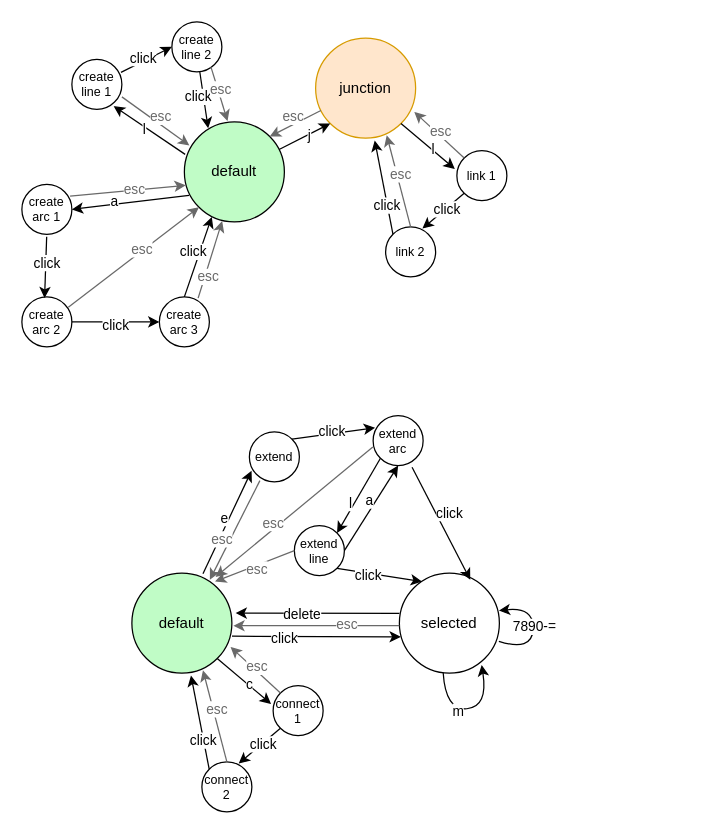
This is state_diagrams.drawio from sunminni/libOpenDRIVE-Mapmaker, a draw.io file, before an edit. Source tidied: cells renumbered, new cells numbered last; positions are measured from the earlier drawing's top-left corner, leaving out a move shared by most shapes. Both pictures are drawn from the tidied source at 125%, with x=0, y=0 at pixel (21, 21).
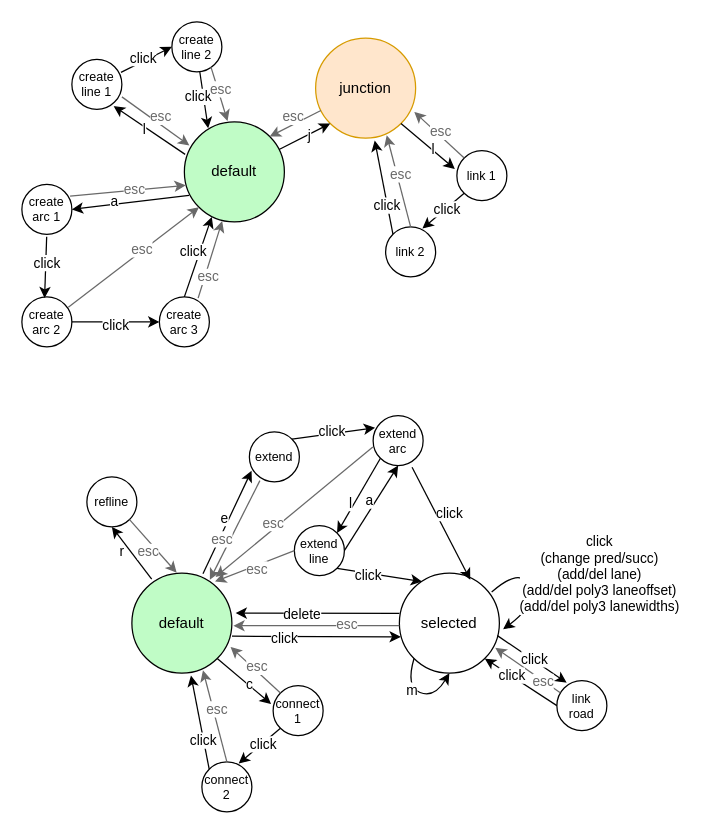
The same diagram, later.

Commit message (it also covers changes not shown here):
click to select pred/succ road id

The change refers to these unchanged cells:
```xml
<mxCell id="32" value="default" style="ellipse;whiteSpace=wrap;html=1;fillColor=#C0FCC6;" parent="1" vertex="1">
  <mxGeometry x="88" y="441" width="80" height="80" as="geometry" />
</mxCell>
<mxCell id="33" value="selected" style="ellipse;whiteSpace=wrap;html=1;" parent="1" vertex="1">
  <mxGeometry x="302" y="441" width="80" height="80" as="geometry" />
</mxCell>
```

Change to the diagram source:
```diff
@@
-    <mxCell id="90" style="curved=1;endArrow=classic;html=1;rounded=0;exitX=0.438;exitY=0.996;exitDx=0;exitDy=0;exitPerimeter=0;entryX=0.823;entryY=0.918;entryDx=0;entryDy=0;entryPerimeter=0;" parent="1" edge="1" source="33" target="33">
+    <mxCell id="90" style="curved=1;endArrow=classic;html=1;rounded=0;exitX=0;exitY=1;exitDx=0;exitDy=0;entryX=0.5;entryY=1;entryDx=0;entryDy=0;" parent="1" edge="1" source="33" target="33">
       <mxGeometry relative="1" as="geometry">
         <Array as="points">
-          <mxPoint x="339" y="551" />
-          <mxPoint x="373" y="548" />
+          <mxPoint x="307" y="532" />
+          <mxPoint x="330" y="541" />
         </Array>
       </mxGeometry>
     </mxCell>
@@
+    <mxCell id="94" value="refline" style="ellipse;whiteSpace=wrap;html=1;fontSize=10;" parent="1" vertex="1">
+      <mxGeometry x="52" y="364" width="40" height="40" as="geometry" />
+    </mxCell>
+    <mxCell id="95" style="endArrow=classic;html=1;rounded=0;exitX=0.198;exitY=0.061;exitDx=0;exitDy=0;entryX=0.5;entryY=1;entryDx=0;entryDy=0;exitPerimeter=0;" parent="1" edge="1" source="32" target="94">
+      <mxGeometry relative="1" as="geometry" />
+    </mxCell>
+    <mxCell id="96" value="r" style="edgeLabel;html=1;align=center;verticalAlign=middle;" parent="95" vertex="1">
+      <mxGeometry x="0.15" relative="1" as="geometry">
+        <mxPoint x="-6" y="2" as="offset" />
+      </mxGeometry>
+    </mxCell>
+    <mxCell id="97" style="endArrow=classic;html=1;rounded=0;exitX=1;exitY=1;exitDx=0;exitDy=0;entryX=0.448;entryY=-0.004;entryDx=0;entryDy=0;strokeColor=#696969;entryPerimeter=0;" parent="1" edge="1" source="94" target="32">
+      <mxGeometry relative="1" as="geometry" />
+    </mxCell>
+    <mxCell id="98" value="esc" style="edgeLabel;html=1;align=center;verticalAlign=middle;fontColor=#696969;" parent="97" vertex="1">
+      <mxGeometry x="0.15" relative="1" as="geometry">
+        <mxPoint x="-8" y="1" as="offset" />
+      </mxGeometry>
+    </mxCell>
-    <mxCell id="92" style="curved=1;endArrow=classic;html=1;rounded=0;entryX=0.995;entryY=0.375;entryDx=0;entryDy=0;entryPerimeter=0;exitX=0.995;exitY=0.682;exitDx=0;exitDy=0;exitPerimeter=0;" parent="1" edge="1" source="33" target="33">
+    <mxCell id="92" style="curved=1;endArrow=classic;html=1;rounded=0;exitX=0.923;exitY=0.189;exitDx=0;exitDy=0;exitPerimeter=0;entryX=1.038;entryY=0.561;entryDx=0;entryDy=0;entryPerimeter=0;" parent="1" edge="1" source="33" target="33">
       <mxGeometry relative="1" as="geometry">
         <Array as="points">
-          <mxPoint x="408" y="504" />
-          <mxPoint x="410" y="468" />
+          <mxPoint x="399" y="436" />
+          <mxPoint x="412" y="466" />
         </Array>
       </mxGeometry>
     </mxCell>
-    <mxCell id="93" value="7890-=" style="edgeLabel;html=1;align=center;verticalAlign=middle;" parent="92" vertex="1">
-      <mxGeometry x="-0.18" y="-1" relative="1" as="geometry">
-        <mxPoint y="-10" as="offset" />
-      </mxGeometry>
-    </mxCell>
+    <mxCell id="99" value="click&lt;br&gt;(change pred/succ)&lt;br&gt;(add/del lane)&lt;br&gt;(add/del poly3 laneoffset)&lt;br&gt;(add/del poly3 lanewidths)" style="edgeLabel;html=1;align=center;verticalAlign=middle;" parent="92" vertex="1">
+      <mxGeometry x="-0.18" y="-1" relative="1" as="geometry">
+        <mxPoint x="60" y="-3" as="offset" />
+      </mxGeometry>
+    </mxCell>
+    <mxCell id="100" value="link&lt;br&gt;road" style="ellipse;whiteSpace=wrap;html=1;fontSize=10;" parent="1" vertex="1">
+      <mxGeometry x="428" y="527" width="40" height="40" as="geometry" />
+    </mxCell>
+    <mxCell id="101" style="endArrow=classic;html=1;rounded=0;exitX=0.98;exitY=0.625;exitDx=0;exitDy=0;entryX=0.196;entryY=0.043;entryDx=0;entryDy=0;exitPerimeter=0;entryPerimeter=0;" parent="1" edge="1" source="33" target="100">
+      <mxGeometry relative="1" as="geometry" />
+    </mxCell>
+    <mxCell id="102" value="click" style="edgeLabel;html=1;align=center;verticalAlign=middle;" parent="101" vertex="1">
+      <mxGeometry x="0.15" relative="1" as="geometry">
+        <mxPoint x="-3" y="-3" as="offset" />
+      </mxGeometry>
+    </mxCell>
+    <mxCell id="103" style="endArrow=classic;html=1;rounded=0;exitX=0.068;exitY=0.243;exitDx=0;exitDy=0;entryX=0.959;entryY=0.746;entryDx=0;entryDy=0;strokeColor=#696969;entryPerimeter=0;exitPerimeter=0;" parent="1" edge="1" source="100" target="33">
+      <mxGeometry relative="1" as="geometry" />
+    </mxCell>
+    <mxCell id="104" value="esc" style="edgeLabel;html=1;align=center;verticalAlign=middle;fontColor=#696969;" parent="103" vertex="1">
+      <mxGeometry x="0.15" relative="1" as="geometry">
+        <mxPoint x="15" y="11" as="offset" />
+      </mxGeometry>
+    </mxCell>
+    <mxCell id="105" style="endArrow=classic;html=1;rounded=0;exitX=0;exitY=0.5;exitDx=0;exitDy=0;entryX=1;entryY=1;entryDx=0;entryDy=0;" parent="1" edge="1" source="100" target="33">
+      <mxGeometry relative="1" as="geometry" />
+    </mxCell>
+    <mxCell id="106" value="click" style="edgeLabel;html=1;align=center;verticalAlign=middle;" parent="105" vertex="1">
+      <mxGeometry x="0.15" relative="1" as="geometry">
+        <mxPoint x="-3" y="-3" as="offset" />
+      </mxGeometry>
+    </mxCell>
```
